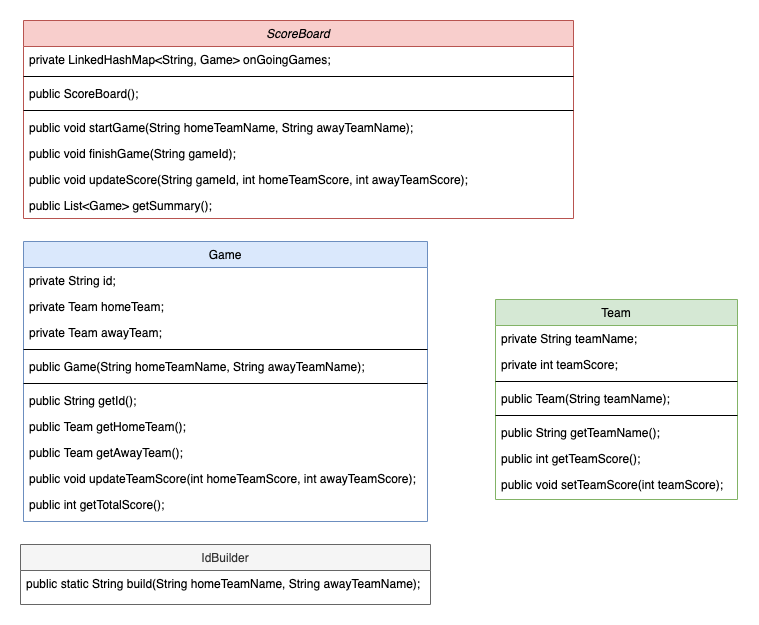
Above: docs/class_component_diagram.png in krisschaaf/football_wc_score_board (draw.io), before the change. Source tidied: cells renumbered, new cells last; positions are measured from the earlier drawing's top-left corner, leaving out a move shared by most shapes. Its diagram source:
```xml
<mxGraphModel>
  <root>
    <mxCell id="0" />
    <mxCell id="1" parent="0" />
    <mxCell id="2" value="ScoreBoard" style="swimlane;fontStyle=2;align=center;verticalAlign=top;horizontal=1;startSize=26;rounded=0;shadow=0;strokeWidth=1;fillColor=#f8cecc;strokeColor=#b85450;" parent="1" vertex="1">
      <mxGeometry x="3" width="550" height="198" as="geometry" />
    </mxCell>
    <mxCell id="3" value="private LinkedHashMap&lt;String, Game&gt; onGoingGames;" style="text;align=left;verticalAlign=top;spacingLeft=4;spacingRight=4;overflow=hidden;" parent="2" vertex="1">
      <mxGeometry y="26" width="550" height="26" as="geometry" />
    </mxCell>
    <mxCell id="4" style="line;html=1;strokeWidth=1;align=left;verticalAlign=middle;spacingTop=-1;spacingLeft=3;spacingRight=3;labelPosition=right;" parent="2" vertex="1">
      <mxGeometry y="52" width="550" height="8" as="geometry" />
    </mxCell>
    <mxCell id="5" value="public ScoreBoard();" style="text;align=left;verticalAlign=top;spacingLeft=4;spacingRight=4;overflow=hidden;" parent="2" vertex="1">
      <mxGeometry y="60" width="550" height="26" as="geometry" />
    </mxCell>
    <mxCell id="6" style="line;html=1;strokeWidth=1;align=left;verticalAlign=middle;spacingTop=-1;spacingLeft=3;spacingRight=3;labelPosition=right;" parent="2" vertex="1">
      <mxGeometry y="86" width="550" height="8" as="geometry" />
    </mxCell>
    <mxCell id="7" value="public void startGame(String homeTeamName, String awayTeamName);" style="text;align=left;verticalAlign=top;spacingLeft=4;spacingRight=4;overflow=hidden;" parent="2" vertex="1">
      <mxGeometry y="94" width="550" height="26" as="geometry" />
    </mxCell>
    <mxCell id="8" value="public void finishGame(String gameId);" style="text;align=left;verticalAlign=top;spacingLeft=4;spacingRight=4;overflow=hidden;" parent="2" vertex="1">
      <mxGeometry y="120" width="550" height="26" as="geometry" />
    </mxCell>
    <mxCell id="9" value="public void updateScore(String gameId, int homeTeamScore, int awayTeamScore);" style="text;align=left;verticalAlign=top;spacingLeft=4;spacingRight=4;overflow=hidden;" parent="2" vertex="1">
      <mxGeometry y="146" width="550" height="26" as="geometry" />
    </mxCell>
    <mxCell id="10" value="public List&lt;Game&gt; getSummary();" style="text;align=left;verticalAlign=top;spacingLeft=4;spacingRight=4;overflow=hidden;" parent="2" vertex="1">
      <mxGeometry y="172" width="550" height="26" as="geometry" />
    </mxCell>
    <mxCell id="11" value="Game" style="swimlane;fontStyle=0;align=center;verticalAlign=top;horizontal=1;startSize=26;rounded=0;shadow=0;strokeWidth=1;fillColor=#dae8fc;strokeColor=#6c8ebf;" parent="1" vertex="1">
      <mxGeometry x="3" y="221" width="404" height="280" as="geometry" />
    </mxCell>
    <mxCell id="12" value="private String id;" style="text;align=left;verticalAlign=top;spacingLeft=4;spacingRight=4;overflow=hidden;" parent="11" vertex="1">
      <mxGeometry y="26" width="404" height="26" as="geometry" />
    </mxCell>
    <mxCell id="13" value="private Team homeTeam;" style="text;align=left;verticalAlign=top;spacingLeft=4;spacingRight=4;overflow=hidden;" parent="11" vertex="1">
      <mxGeometry y="52" width="404" height="26" as="geometry" />
    </mxCell>
    <mxCell id="14" value="private Team awayTeam;&#10;" style="text;align=left;verticalAlign=top;spacingLeft=4;spacingRight=4;overflow=hidden;" parent="11" vertex="1">
      <mxGeometry y="78" width="404" height="26" as="geometry" />
    </mxCell>
    <mxCell id="15" style="line;html=1;strokeWidth=1;align=left;verticalAlign=middle;spacingTop=-1;spacingLeft=3;spacingRight=3;labelPosition=right;" parent="11" vertex="1">
      <mxGeometry y="104" width="404" height="8" as="geometry" />
    </mxCell>
    <mxCell id="16" value="public Game(String homeTeamName, String awayTeamName);" style="text;align=left;verticalAlign=top;spacingLeft=4;spacingRight=4;overflow=hidden;" parent="11" vertex="1">
      <mxGeometry y="112" width="404" height="26" as="geometry" />
    </mxCell>
    <mxCell id="17" style="line;html=1;strokeWidth=1;align=left;verticalAlign=middle;spacingTop=-1;spacingLeft=3;spacingRight=3;labelPosition=right;" parent="11" vertex="1">
      <mxGeometry y="138" width="404" height="8" as="geometry" />
    </mxCell>
    <mxCell id="18" value="public String getId();" style="text;align=left;verticalAlign=top;spacingLeft=4;spacingRight=4;overflow=hidden;" parent="11" vertex="1">
      <mxGeometry y="146" width="404" height="26" as="geometry" />
    </mxCell>
    <mxCell id="19" value="public Team getHomeTeam();" style="text;align=left;verticalAlign=top;spacingLeft=4;spacingRight=4;overflow=hidden;" parent="11" vertex="1">
      <mxGeometry y="172" width="404" height="26" as="geometry" />
    </mxCell>
    <mxCell id="20" value="public Team getAwayTeam();" style="text;align=left;verticalAlign=top;spacingLeft=4;spacingRight=4;overflow=hidden;" parent="11" vertex="1">
      <mxGeometry y="198" width="404" height="26" as="geometry" />
    </mxCell>
    <mxCell id="21" value="public void updateTeamScore(int homeTeamScore, int awayTeamScore);" style="text;align=left;verticalAlign=top;spacingLeft=4;spacingRight=4;overflow=hidden;" parent="11" vertex="1">
      <mxGeometry y="224" width="404" height="26" as="geometry" />
    </mxCell>
    <mxCell id="22" value="public int getTotalScore();" style="text;align=left;verticalAlign=top;spacingLeft=4;spacingRight=4;overflow=hidden;" parent="11" vertex="1">
      <mxGeometry y="250" width="404" height="26" as="geometry" />
    </mxCell>
    <mxCell id="23" value="Team" style="swimlane;fontStyle=0;align=center;verticalAlign=top;horizontal=1;startSize=26;rounded=0;shadow=0;strokeWidth=1;fillColor=#d5e8d4;strokeColor=#82b366;" parent="1" vertex="1">
      <mxGeometry x="475" y="279" width="242" height="200" as="geometry" />
    </mxCell>
    <mxCell id="24" value="private String teamName;" style="text;align=left;verticalAlign=top;spacingLeft=4;spacingRight=4;overflow=hidden;" parent="23" vertex="1">
      <mxGeometry y="26" width="242" height="26" as="geometry" />
    </mxCell>
    <mxCell id="25" value="private int teamScore;" style="text;align=left;verticalAlign=top;spacingLeft=4;spacingRight=4;overflow=hidden;" parent="23" vertex="1">
      <mxGeometry y="52" width="242" height="26" as="geometry" />
    </mxCell>
    <mxCell id="26" style="line;html=1;strokeWidth=1;align=left;verticalAlign=middle;spacingTop=-1;spacingLeft=3;spacingRight=3;labelPosition=right;" parent="23" vertex="1">
      <mxGeometry y="78" width="242" height="8" as="geometry" />
    </mxCell>
    <mxCell id="27" value="public Team(String teamName);" style="text;align=left;verticalAlign=top;spacingLeft=4;spacingRight=4;overflow=hidden;" parent="23" vertex="1">
      <mxGeometry y="86" width="242" height="26" as="geometry" />
    </mxCell>
    <mxCell id="28" style="line;html=1;strokeWidth=1;align=left;verticalAlign=middle;spacingTop=-1;spacingLeft=3;spacingRight=3;labelPosition=right;" parent="23" vertex="1">
      <mxGeometry y="112" width="242" height="8" as="geometry" />
    </mxCell>
    <mxCell id="29" value="public String getTeamName();" style="text;align=left;verticalAlign=top;spacingLeft=4;spacingRight=4;overflow=hidden;" parent="23" vertex="1">
      <mxGeometry y="120" width="242" height="26" as="geometry" />
    </mxCell>
    <mxCell id="30" value="public int getTeamScore();" style="text;align=left;verticalAlign=top;spacingLeft=4;spacingRight=4;overflow=hidden;" parent="23" vertex="1">
      <mxGeometry y="146" width="242" height="26" as="geometry" />
    </mxCell>
    <mxCell id="31" value="public void setTeamScore(int teamScore);" style="text;align=left;verticalAlign=top;spacingLeft=4;spacingRight=4;overflow=hidden;" parent="23" vertex="1">
      <mxGeometry y="172" width="242" height="26" as="geometry" />
    </mxCell>
    <mxCell id="32" value="IdBuilder" style="swimlane;fontStyle=0;align=center;verticalAlign=top;horizontal=1;startSize=26;rounded=0;shadow=0;strokeWidth=1;fillColor=#f5f5f5;fontColor=#333333;strokeColor=#666666;" parent="1" vertex="1">
      <mxGeometry y="524" width="410" height="60" as="geometry" />
    </mxCell>
    <mxCell id="33" value="public static String build(String homeTeamName, String awayTeamName);" style="text;align=left;verticalAlign=top;spacingLeft=4;spacingRight=4;overflow=hidden;" parent="32" vertex="1">
      <mxGeometry y="26" width="410" height="26" as="geometry" />
    </mxCell>
  </root>
</mxGraphModel>
```
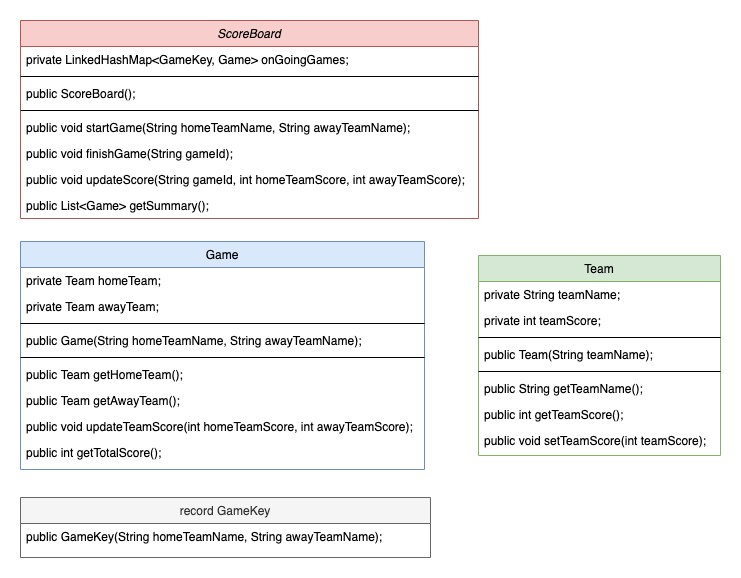
Above is the later version.

Commit message:
docs: update diagram (use record as game id instead of unsecure String)

Diff of the diagram source:
```diff
@@ -3,70 +3,64 @@
     <mxCell id="0" />
     <mxCell id="1" parent="0" />
     <mxCell id="2" value="ScoreBoard" style="swimlane;fontStyle=2;align=center;verticalAlign=top;horizontal=1;startSize=26;rounded=0;shadow=0;strokeWidth=1;fillColor=#f8cecc;strokeColor=#b85450;" parent="1" vertex="1">
-      <mxGeometry x="3" width="550" height="198" as="geometry" />
+      <mxGeometry x="3" width="458" height="198" as="geometry" />
     </mxCell>
-    <mxCell id="3" value="private LinkedHashMap&lt;String, Game&gt; onGoingGames;" style="text;align=left;verticalAlign=top;spacingLeft=4;spacingRight=4;overflow=hidden;" parent="2" vertex="1">
-      <mxGeometry y="26" width="550" height="26" as="geometry" />
+    <mxCell id="3" value="private LinkedHashMap&lt;GameKey, Game&gt; onGoingGames;" style="text;align=left;verticalAlign=top;spacingLeft=4;spacingRight=4;overflow=hidden;" parent="2" vertex="1">
+      <mxGeometry y="26" width="458" height="26" as="geometry" />
     </mxCell>
     <mxCell id="4" style="line;html=1;strokeWidth=1;align=left;verticalAlign=middle;spacingTop=-1;spacingLeft=3;spacingRight=3;labelPosition=right;" parent="2" vertex="1">
-      <mxGeometry y="52" width="550" height="8" as="geometry" />
+      <mxGeometry y="52" width="458" height="8" as="geometry" />
     </mxCell>
     <mxCell id="5" value="public ScoreBoard();" style="text;align=left;verticalAlign=top;spacingLeft=4;spacingRight=4;overflow=hidden;" parent="2" vertex="1">
-      <mxGeometry y="60" width="550" height="26" as="geometry" />
+      <mxGeometry y="60" width="458" height="26" as="geometry" />
     </mxCell>
     <mxCell id="6" style="line;html=1;strokeWidth=1;align=left;verticalAlign=middle;spacingTop=-1;spacingLeft=3;spacingRight=3;labelPosition=right;" parent="2" vertex="1">
-      <mxGeometry y="86" width="550" height="8" as="geometry" />
+      <mxGeometry y="86" width="458" height="8" as="geometry" />
     </mxCell>
     <mxCell id="7" value="public void startGame(String homeTeamName, String awayTeamName);" style="text;align=left;verticalAlign=top;spacingLeft=4;spacingRight=4;overflow=hidden;" parent="2" vertex="1">
-      <mxGeometry y="94" width="550" height="26" as="geometry" />
+      <mxGeometry y="94" width="458" height="26" as="geometry" />
     </mxCell>
     <mxCell id="8" value="public void finishGame(String gameId);" style="text;align=left;verticalAlign=top;spacingLeft=4;spacingRight=4;overflow=hidden;" parent="2" vertex="1">
-      <mxGeometry y="120" width="550" height="26" as="geometry" />
+      <mxGeometry y="120" width="458" height="26" as="geometry" />
     </mxCell>
     <mxCell id="9" value="public void updateScore(String gameId, int homeTeamScore, int awayTeamScore);" style="text;align=left;verticalAlign=top;spacingLeft=4;spacingRight=4;overflow=hidden;" parent="2" vertex="1">
-      <mxGeometry y="146" width="550" height="26" as="geometry" />
+      <mxGeometry y="146" width="458" height="26" as="geometry" />
     </mxCell>
     <mxCell id="10" value="public List&lt;Game&gt; getSummary();" style="text;align=left;verticalAlign=top;spacingLeft=4;spacingRight=4;overflow=hidden;" parent="2" vertex="1">
-      <mxGeometry y="172" width="550" height="26" as="geometry" />
+      <mxGeometry y="172" width="458" height="26" as="geometry" />
     </mxCell>
     <mxCell id="11" value="Game" style="swimlane;fontStyle=0;align=center;verticalAlign=top;horizontal=1;startSize=26;rounded=0;shadow=0;strokeWidth=1;fillColor=#dae8fc;strokeColor=#6c8ebf;" parent="1" vertex="1">
-      <mxGeometry x="3" y="221" width="404" height="280" as="geometry" />
+      <mxGeometry x="3" y="221" width="404" height="228" as="geometry" />
     </mxCell>
-    <mxCell id="12" value="private String id;" style="text;align=left;verticalAlign=top;spacingLeft=4;spacingRight=4;overflow=hidden;" parent="11" vertex="1">
-      <mxGeometry y="26" width="404" height="26" as="geometry" />
-    </mxCell>
     <mxCell id="13" value="private Team homeTeam;" style="text;align=left;verticalAlign=top;spacingLeft=4;spacingRight=4;overflow=hidden;" parent="11" vertex="1">
-      <mxGeometry y="52" width="404" height="26" as="geometry" />
+      <mxGeometry y="26" width="404" height="26" as="geometry" />
     </mxCell>
     <mxCell id="14" value="private Team awayTeam;&#10;" style="text;align=left;verticalAlign=top;spacingLeft=4;spacingRight=4;overflow=hidden;" parent="11" vertex="1">
-      <mxGeometry y="78" width="404" height="26" as="geometry" />
+      <mxGeometry y="52" width="404" height="26" as="geometry" />
     </mxCell>
     <mxCell id="15" style="line;html=1;strokeWidth=1;align=left;verticalAlign=middle;spacingTop=-1;spacingLeft=3;spacingRight=3;labelPosition=right;" parent="11" vertex="1">
-      <mxGeometry y="104" width="404" height="8" as="geometry" />
+      <mxGeometry y="78" width="404" height="8" as="geometry" />
     </mxCell>
     <mxCell id="16" value="public Game(String homeTeamName, String awayTeamName);" style="text;align=left;verticalAlign=top;spacingLeft=4;spacingRight=4;overflow=hidden;" parent="11" vertex="1">
-      <mxGeometry y="112" width="404" height="26" as="geometry" />
+      <mxGeometry y="86" width="404" height="26" as="geometry" />
     </mxCell>
     <mxCell id="17" style="line;html=1;strokeWidth=1;align=left;verticalAlign=middle;spacingTop=-1;spacingLeft=3;spacingRight=3;labelPosition=right;" parent="11" vertex="1">
-      <mxGeometry y="138" width="404" height="8" as="geometry" />
+      <mxGeometry y="112" width="404" height="8" as="geometry" />
     </mxCell>
-    <mxCell id="18" value="public String getId();" style="text;align=left;verticalAlign=top;spacingLeft=4;spacingRight=4;overflow=hidden;" parent="11" vertex="1">
-      <mxGeometry y="146" width="404" height="26" as="geometry" />
-    </mxCell>
     <mxCell id="19" value="public Team getHomeTeam();" style="text;align=left;verticalAlign=top;spacingLeft=4;spacingRight=4;overflow=hidden;" parent="11" vertex="1">
-      <mxGeometry y="172" width="404" height="26" as="geometry" />
+      <mxGeometry y="120" width="404" height="26" as="geometry" />
     </mxCell>
     <mxCell id="20" value="public Team getAwayTeam();" style="text;align=left;verticalAlign=top;spacingLeft=4;spacingRight=4;overflow=hidden;" parent="11" vertex="1">
-      <mxGeometry y="198" width="404" height="26" as="geometry" />
+      <mxGeometry y="146" width="404" height="26" as="geometry" />
     </mxCell>
     <mxCell id="21" value="public void updateTeamScore(int homeTeamScore, int awayTeamScore);" style="text;align=left;verticalAlign=top;spacingLeft=4;spacingRight=4;overflow=hidden;" parent="11" vertex="1">
-      <mxGeometry y="224" width="404" height="26" as="geometry" />
+      <mxGeometry y="172" width="404" height="26" as="geometry" />
     </mxCell>
     <mxCell id="22" value="public int getTotalScore();" style="text;align=left;verticalAlign=top;spacingLeft=4;spacingRight=4;overflow=hidden;" parent="11" vertex="1">
-      <mxGeometry y="250" width="404" height="26" as="geometry" />
+      <mxGeometry y="198" width="404" height="26" as="geometry" />
     </mxCell>
     <mxCell id="23" value="Team" style="swimlane;fontStyle=0;align=center;verticalAlign=top;horizontal=1;startSize=26;rounded=0;shadow=0;strokeWidth=1;fillColor=#d5e8d4;strokeColor=#82b366;" parent="1" vertex="1">
-      <mxGeometry x="475" y="279" width="242" height="200" as="geometry" />
+      <mxGeometry x="461" y="235" width="242" height="200" as="geometry" />
     </mxCell>
     <mxCell id="24" value="private String teamName;" style="text;align=left;verticalAlign=top;spacingLeft=4;spacingRight=4;overflow=hidden;" parent="23" vertex="1">
       <mxGeometry y="26" width="242" height="26" as="geometry" />
@@ -92,10 +86,10 @@
     <mxCell id="31" value="public void setTeamScore(int teamScore);" style="text;align=left;verticalAlign=top;spacingLeft=4;spacingRight=4;overflow=hidden;" parent="23" vertex="1">
       <mxGeometry y="172" width="242" height="26" as="geometry" />
     </mxCell>
-    <mxCell id="32" value="IdBuilder" style="swimlane;fontStyle=0;align=center;verticalAlign=top;horizontal=1;startSize=26;rounded=0;shadow=0;strokeWidth=1;fillColor=#f5f5f5;fontColor=#333333;strokeColor=#666666;" parent="1" vertex="1">
-      <mxGeometry y="524" width="410" height="60" as="geometry" />
+    <mxCell id="32" value="record GameKey" style="swimlane;fontStyle=0;align=center;verticalAlign=top;horizontal=1;startSize=26;rounded=0;shadow=0;strokeWidth=1;fillColor=#f5f5f5;fontColor=#333333;strokeColor=#666666;" parent="1" vertex="1">
+      <mxGeometry x="3" y="477" width="410" height="60" as="geometry" />
     </mxCell>
-    <mxCell id="33" value="public static String build(String homeTeamName, String awayTeamName);" style="text;align=left;verticalAlign=top;spacingLeft=4;spacingRight=4;overflow=hidden;" parent="32" vertex="1">
+    <mxCell id="33" value="public GameKey(String homeTeamName, String awayTeamName);" style="text;align=left;verticalAlign=top;spacingLeft=4;spacingRight=4;overflow=hidden;" parent="32" vertex="1">
       <mxGeometry y="26" width="410" height="26" as="geometry" />
     </mxCell>
   </root>
```
